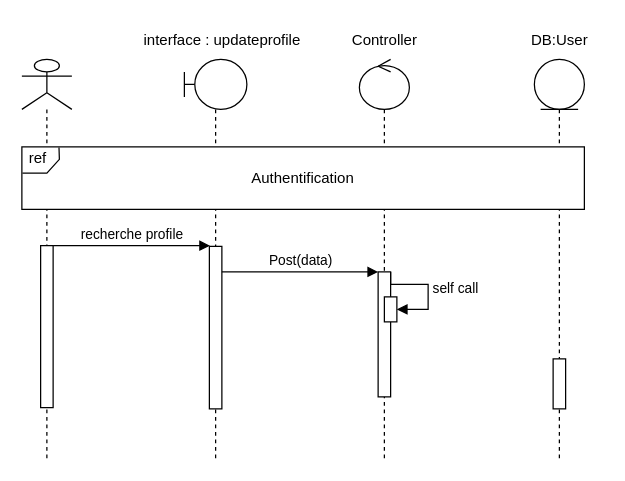
Before: Digram de Séquence/abonner.drawio in mohamedimem/event-, a draw.io diagram. Source tidied: cells renumbered, new cells numbered last; positions are measured from the earlier drawing's top-left corner, leaving out a move shared by most shapes. Both pictures are drawn from the tidied source at 125%, with x=0, y=0 at pixel (21, 21).
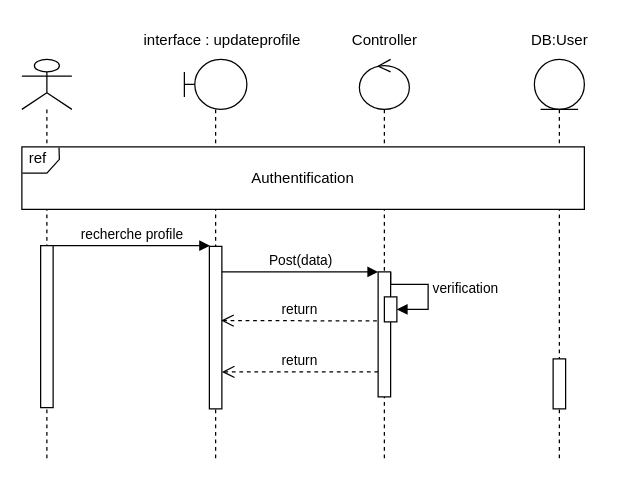
The same diagram, later.

Commit message (it also covers changes not shown here):
Mettre à jour abonner.drawio

Unchanged cells that the change refers to:
```xml
<mxCell id="5" style="html=1;points=[];perimeter=orthogonalPerimeter;outlineConnect=0;targetShapes=umlLifeline;portConstraint=eastwest;newEdgeStyle={&quot;edgeStyle&quot;:&quot;elbowEdgeStyle&quot;,&quot;elbow&quot;:&quot;vertical&quot;,&quot;curved&quot;:0,&quot;rounded&quot;:0};" parent="4" vertex="1">
  <mxGeometry x="20" y="149.6" width="10" height="130" as="geometry" />
</mxCell>
<mxCell id="8" style="shape=umlLifeline;perimeter=lifelinePerimeter;whiteSpace=wrap;html=1;newEdgeStyle={&quot;edgeStyle&quot;:&quot;elbowEdgeStyle&quot;,&quot;elbow&quot;:&quot;vertical&quot;,&quot;curved&quot;:0,&quot;rounded&quot;:0};participant=umlControl;" parent="1" vertex="1">
  <mxGeometry x="270" y="30" width="40" height="320" as="geometry" />
</mxCell>
<mxCell id="9" style="html=1;points=[];perimeter=orthogonalPerimeter;outlineConnect=0;targetShapes=umlLifeline;portConstraint=eastwest;newEdgeStyle={&quot;edgeStyle&quot;:&quot;elbowEdgeStyle&quot;,&quot;elbow&quot;:&quot;vertical&quot;,&quot;curved&quot;:0,&quot;rounded&quot;:0};" parent="8" vertex="1">
  <mxGeometry x="15" y="170" width="10" height="100" as="geometry" />
</mxCell>
<mxCell id="10" style="html=1;points=[];perimeter=orthogonalPerimeter;outlineConnect=0;targetShapes=umlLifeline;portConstraint=eastwest;newEdgeStyle={&quot;edgeStyle&quot;:&quot;elbowEdgeStyle&quot;,&quot;elbow&quot;:&quot;vertical&quot;,&quot;curved&quot;:0,&quot;rounded&quot;:0};" parent="8" vertex="1">
  <mxGeometry x="20" y="190" width="10" height="20" as="geometry" />
</mxCell>
```

The edit, as a diff of the source:
```diff
@@
-    <mxCell id="11" value="self call" style="html=1;align=left;spacingLeft=2;endArrow=block;rounded=0;edgeStyle=orthogonalEdgeStyle;curved=0;rounded=0;" parent="8" edge="1" target="10">
+    <mxCell id="11" value="verification" style="html=1;align=left;spacingLeft=2;endArrow=block;rounded=0;edgeStyle=orthogonalEdgeStyle;curved=0;rounded=0;" parent="8" edge="1" target="10">
       <mxGeometry relative="1" as="geometry">
         <mxPoint x="25" y="170" as="sourcePoint" />
         <Array as="points">
           <mxPoint x="25" y="180" />
           <mxPoint x="55" y="180" />
           <mxPoint x="55" y="200" />
         </Array>
       </mxGeometry>
     </mxCell>
@@
+    <mxCell id="20" value="return" style="html=1;verticalAlign=bottom;endArrow=open;dashed=1;endSize=8;edgeStyle=elbowEdgeStyle;elbow=vertical;curved=0;rounded=0;" parent="1" edge="1">
+      <mxGeometry relative="1" as="geometry">
+        <mxPoint x="284" y="239.2" as="sourcePoint" />
+        <mxPoint x="159.4" y="239" as="targetPoint" />
+        <Array as="points">
+          <mxPoint x="274" y="239" />
+          <mxPoint x="274" y="239" />
+        </Array>
+      </mxGeometry>
+    </mxCell>
+    <mxCell id="21" value="return" style="html=1;verticalAlign=bottom;endArrow=open;dashed=1;endSize=8;edgeStyle=elbowEdgeStyle;elbow=vertical;curved=0;rounded=0;" parent="1" edge="1" source="9" target="5">
+      <mxGeometry relative="1" as="geometry">
+        <Array as="points">
+          <mxPoint x="250" y="280" />
+        </Array>
+      </mxGeometry>
+    </mxCell>
```
